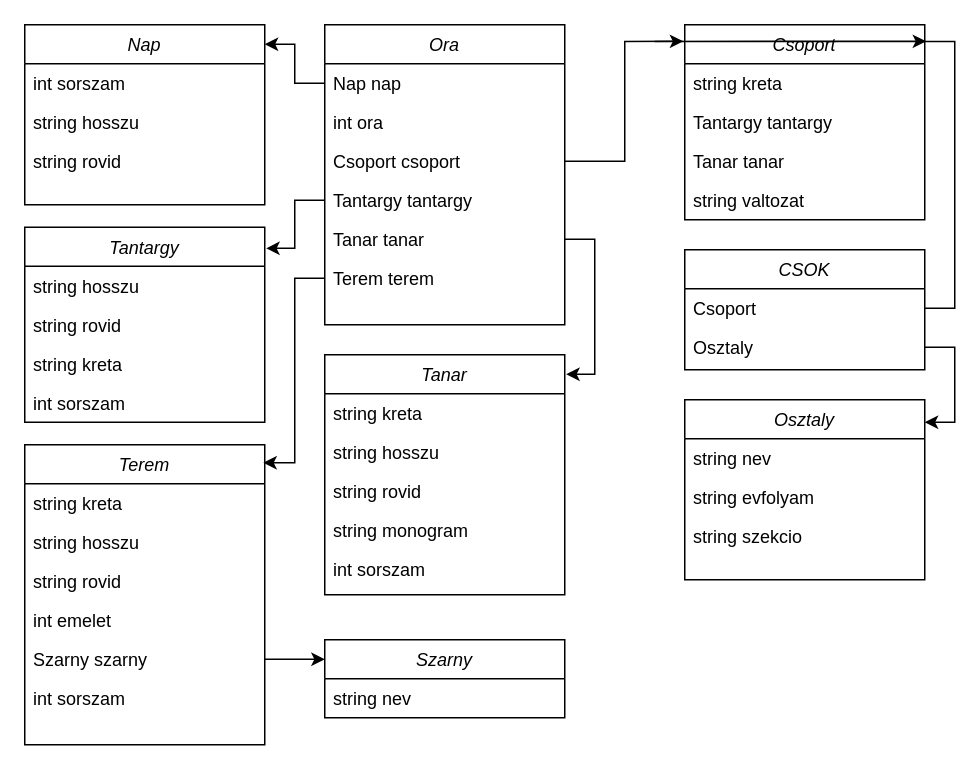
This is dbmodel.drawio from MolnAtt/szlgorarend, a draw.io file, before an edit. Source tidied: cells renumbered, new cells numbered last; positions are measured from the earlier drawing's top-left corner, leaving out a move shared by most shapes. Both pictures are drawn from the tidied source at 150%, with x=0, y=0 at pixel (24, 24).
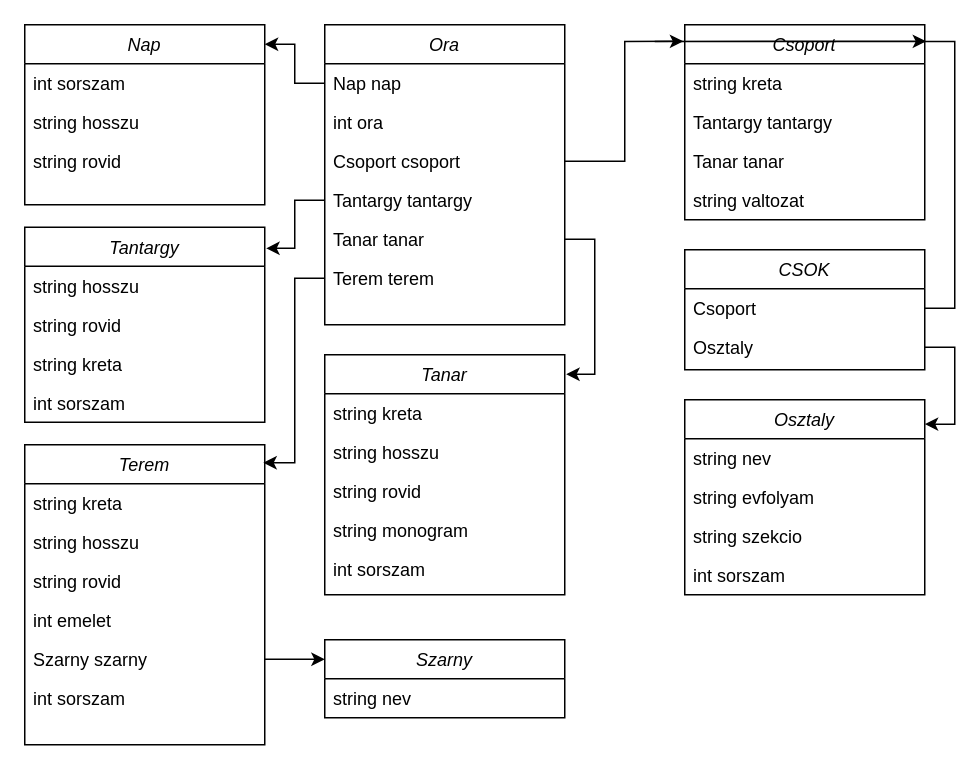
The same diagram, later.

Commit message:
osztaly kapott sorszamot

The edit, as a diff of the source:
```diff
@@
     <mxCell id="14" value="Osztaly" style="swimlane;fontStyle=2;align=center;verticalAlign=top;horizontal=1;startSize=26;rounded=0;shadow=0;strokeWidth=1;" parent="1" vertex="1">
-      <mxGeometry x="440" y="250" width="160" height="120" as="geometry" />
+      <mxGeometry x="440" y="250" width="160" height="130" as="geometry" />
     </mxCell>
@@
+    <mxCell id="53" value="int sorszam" style="text;align=left;verticalAlign=top;spacingLeft=4;spacingRight=4;overflow=hidden;rounded=0;shadow=0;html=0;" parent="14" vertex="1">
+      <mxGeometry y="104" width="160" height="26" as="geometry" />
+    </mxCell>
```
